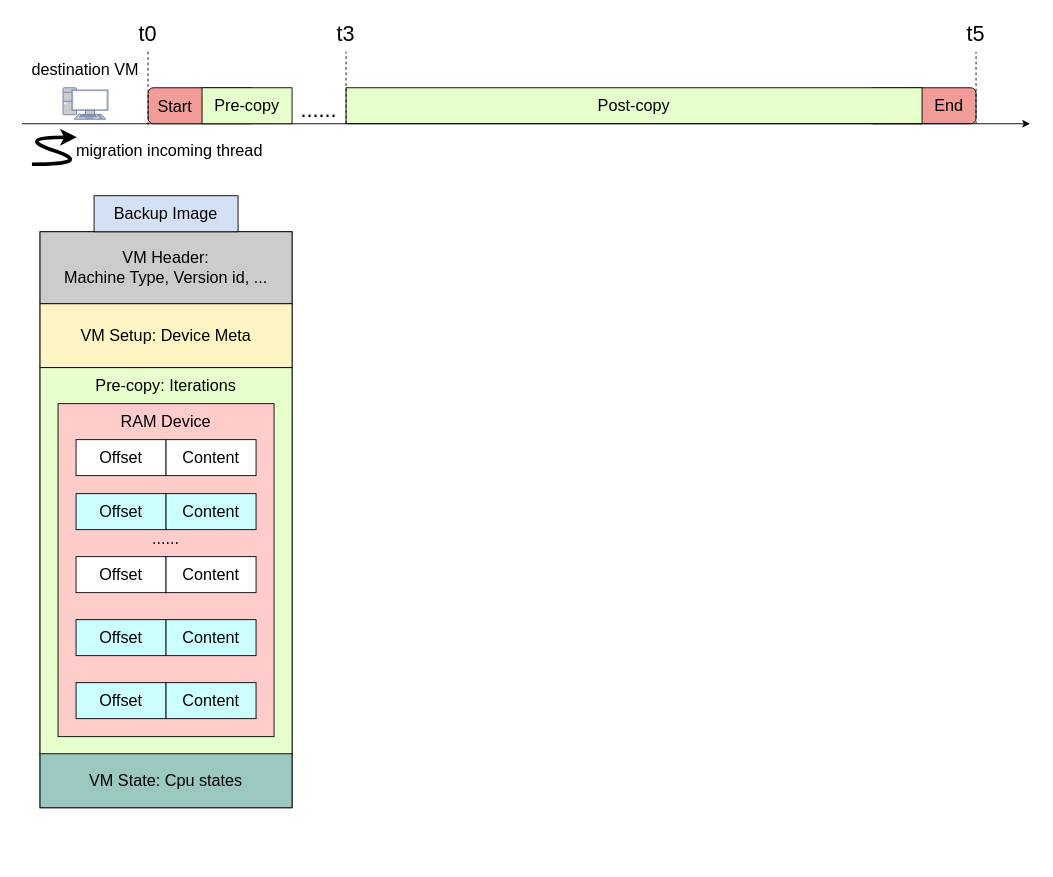
Earlier version of the draw.io diagram qemu-migration/final/backup img + replay 3.drawio (xuyizhe1999/drawio). Source tidied: cells renumbered, new cells numbered last; positions are measured from the earlier drawing's top-left corner, leaving out a move shared by most shapes. Both pictures are drawn from the tidied source at 90%, with x=0, y=0 at pixel (14, 15). Pictures stored in the file or linked from it are replaced by grey dashed boxes.
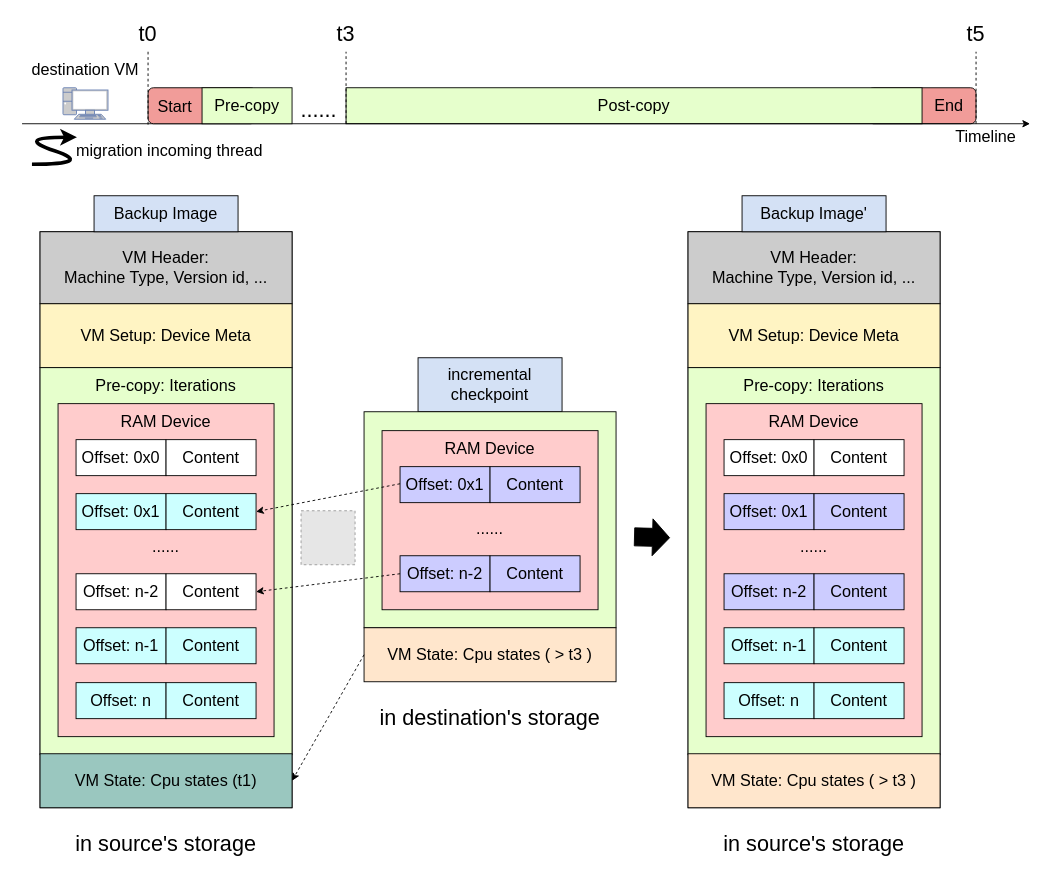
The same page after the edit.

The change refers to these unchanged cells:
```xml
<mxCell id="12" value="&lt;font style=&quot;font-size: 18px;&quot;&gt;Content&lt;/font&gt;" style="rounded=0;whiteSpace=wrap;html=1;fillColor=#CCFFFF;" parent="1" vertex="1">
  <mxGeometry x="169" y="531" width="100" height="40" as="geometry" />
</mxCell>
```

The edit, as a diff of the source:
```diff
@@
-    <mxCell id="8" value="&lt;font style=&quot;font-size: 18px;&quot;&gt;Offset&lt;/font&gt;" style="rounded=0;whiteSpace=wrap;html=1;" parent="1" vertex="1">
+    <mxCell id="8" value="&lt;font style=&quot;font-size: 18px;&quot;&gt;Offset: 0x0&lt;/font&gt;" style="rounded=0;whiteSpace=wrap;html=1;" parent="1" vertex="1">
       <mxGeometry x="69" y="471" width="100" height="40" as="geometry" />
     </mxCell>
@@
-    <mxCell id="11" value="&lt;font style=&quot;font-size: 18px;&quot;&gt;Offset&lt;/font&gt;" style="rounded=0;whiteSpace=wrap;html=1;fillColor=#CCFFFF;" parent="1" vertex="1">
+    <mxCell id="11" value="&lt;font style=&quot;font-size: 18px;&quot;&gt;Offset: 0x1&lt;/font&gt;" style="rounded=0;whiteSpace=wrap;html=1;fillColor=#CCFFFF;" parent="1" vertex="1">
       <mxGeometry x="69" y="531" width="100" height="40" as="geometry" />
     </mxCell>
@@
     <mxCell id="13" value="&lt;font style=&quot;font-size: 18px;&quot;&gt;......&lt;/font&gt;" style="text;html=1;strokeColor=none;fillColor=none;align=center;verticalAlign=middle;whiteSpace=wrap;rounded=0;" parent="1" vertex="1">
-      <mxGeometry x="139" y="571" width="60" height="20" as="geometry" />
+      <mxGeometry x="139" y="580" width="60" height="20" as="geometry" />
     </mxCell>
-    <mxCell id="14" value="&lt;font style=&quot;font-size: 18px;&quot;&gt;Offset&lt;/font&gt;" style="rounded=0;whiteSpace=wrap;html=1;fillColor=#CCFFFF;" parent="1" vertex="1">
+    <mxCell id="14" value="&lt;font style=&quot;font-size: 18px;&quot;&gt;Offset: n&lt;/font&gt;" style="rounded=0;whiteSpace=wrap;html=1;fillColor=#CCFFFF;" parent="1" vertex="1">
       <mxGeometry x="69" y="741" width="100" height="40" as="geometry" />
     </mxCell>
@@
-    <mxCell id="16" value="&lt;font style=&quot;font-size: 18px;&quot;&gt;VM State: Cpu states&lt;/font&gt;" style="rounded=0;whiteSpace=wrap;html=1;fillColor=#9AC7BF;" parent="1" vertex="1">
+    <mxCell id="16" value="&lt;font style=&quot;font-size: 18px;&quot;&gt;VM State: Cpu states (t1)&lt;/font&gt;" style="rounded=0;whiteSpace=wrap;html=1;fillColor=#9AC7BF;" parent="1" vertex="1">
       <mxGeometry x="29" y="820" width="280" height="60" as="geometry" />
     </mxCell>
@@
-    <mxCell id="18" value="&lt;font style=&quot;font-size: 18px;&quot;&gt;Offset&lt;/font&gt;" style="rounded=0;whiteSpace=wrap;html=1;" parent="1" vertex="1">
-      <mxGeometry x="69" y="601" width="100" height="40" as="geometry" />
+    <mxCell id="18" value="&lt;font style=&quot;font-size: 18px;&quot;&gt;Offset: n-2&lt;/font&gt;" style="rounded=0;whiteSpace=wrap;html=1;" parent="1" vertex="1">
+      <mxGeometry x="69" y="620" width="100" height="40" as="geometry" />
     </mxCell>
     <mxCell id="19" value="&lt;font style=&quot;font-size: 18px;&quot;&gt;Content&lt;/font&gt;" style="rounded=0;whiteSpace=wrap;html=1;" parent="1" vertex="1">
-      <mxGeometry x="169" y="601" width="100" height="40" as="geometry" />
+      <mxGeometry x="169" y="620" width="100" height="40" as="geometry" />
     </mxCell>
-    <mxCell id="20" value="&lt;font style=&quot;font-size: 18px;&quot;&gt;Offset&lt;/font&gt;" style="rounded=0;whiteSpace=wrap;html=1;fillColor=#CCFFFF;" parent="1" vertex="1">
-      <mxGeometry x="69" y="671" width="100" height="40" as="geometry" />
+    <mxCell id="20" value="&lt;font style=&quot;font-size: 18px;&quot;&gt;Offset: n-1&lt;/font&gt;" style="rounded=0;whiteSpace=wrap;html=1;fillColor=#CCFFFF;" parent="1" vertex="1">
+      <mxGeometry x="69" y="680" width="100" height="40" as="geometry" />
     </mxCell>
     <mxCell id="21" value="&lt;font style=&quot;font-size: 18px;&quot;&gt;Content&lt;/font&gt;" style="rounded=0;whiteSpace=wrap;html=1;fillColor=#CCFFFF;" parent="1" vertex="1">
-      <mxGeometry x="169" y="671" width="100" height="40" as="geometry" />
+      <mxGeometry x="169" y="680" width="100" height="40" as="geometry" />
     </mxCell>
@@
+    <mxCell id="40" value="Timeline" style="text;html=1;strokeColor=none;fillColor=none;align=center;verticalAlign=middle;whiteSpace=wrap;rounded=0;fontSize=18;" parent="1" vertex="1">
+      <mxGeometry x="1030" y="120" width="100" height="30" as="geometry" />
+    </mxCell>
+    <mxCell id="41" value="incremental checkpoint" style="text;html=1;strokeColor=default;fillColor=#D4E1F5;align=center;verticalAlign=middle;whiteSpace=wrap;rounded=0;fontSize=18;" parent="1" vertex="1">
+      <mxGeometry x="449" y="380" width="160" height="60" as="geometry" />
+    </mxCell>
+    <mxCell id="42" style="rounded=0;whiteSpace=wrap;html=1;fillColor=#E6FFCC;" parent="1" vertex="1">
+      <mxGeometry x="389" y="440" width="280" height="240" as="geometry" />
+    </mxCell>
+    <mxCell id="43" style="rounded=0;whiteSpace=wrap;html=1;fillColor=#FFCCCC;" parent="1" vertex="1">
+      <mxGeometry x="409" y="461" width="240" height="199" as="geometry" />
+    </mxCell>
+    <mxCell id="44" value="&lt;font style=&quot;font-size: 18px;&quot;&gt;RAM Device&lt;/font&gt;" style="text;html=1;strokeColor=none;fillColor=none;align=center;verticalAlign=middle;whiteSpace=wrap;rounded=0;" parent="1" vertex="1">
+      <mxGeometry x="409" y="461" width="240" height="40" as="geometry" />
+    </mxCell>
+    <mxCell id="45" value="&lt;font style=&quot;font-size: 18px;&quot;&gt;VM State: Cpu states ( &amp;gt; t3 )&lt;/font&gt;" style="rounded=0;whiteSpace=wrap;html=1;fillColor=#FFE6CC;" parent="1" vertex="1">
+      <mxGeometry x="389" y="680" width="280" height="60" as="geometry" />
+    </mxCell>
+    <mxCell id="46" value="&lt;font style=&quot;font-size: 18px;&quot;&gt;Offset: 0x1&lt;/font&gt;" style="rounded=0;whiteSpace=wrap;html=1;fillColor=#CCCCFF;" parent="1" vertex="1">
+      <mxGeometry x="429" y="501" width="100" height="40" as="geometry" />
+    </mxCell>
+    <mxCell id="47" value="&lt;font style=&quot;font-size: 18px;&quot;&gt;Content&lt;/font&gt;" style="rounded=0;whiteSpace=wrap;html=1;fillColor=#CCCCFF;" parent="1" vertex="1">
+      <mxGeometry x="529" y="501" width="100" height="40" as="geometry" />
+    </mxCell>
+    <mxCell id="48" value="&lt;font style=&quot;font-size: 18px;&quot;&gt;......&lt;/font&gt;" style="text;html=1;strokeColor=none;fillColor=none;align=center;verticalAlign=middle;whiteSpace=wrap;rounded=0;" parent="1" vertex="1">
+      <mxGeometry x="499" y="560" width="60" height="20" as="geometry" />
+    </mxCell>
+    <mxCell id="49" value="&lt;font style=&quot;font-size: 18px;&quot;&gt;Offset: n-2&lt;/font&gt;" style="rounded=0;whiteSpace=wrap;html=1;fillColor=#CCCCFF;" parent="1" vertex="1">
+      <mxGeometry x="429" y="600" width="100" height="40" as="geometry" />
+    </mxCell>
+    <mxCell id="50" value="&lt;font style=&quot;font-size: 18px;&quot;&gt;Content&lt;/font&gt;" style="rounded=0;whiteSpace=wrap;html=1;fillColor=#CCCCFF;" parent="1" vertex="1">
+      <mxGeometry x="529" y="600" width="100" height="40" as="geometry" />
+    </mxCell>
+    <mxCell id="51" value="&lt;font style=&quot;font-size: 24px;&quot;&gt;in source's storage&lt;/font&gt;" style="text;html=1;strokeColor=none;fillColor=none;align=center;verticalAlign=middle;whiteSpace=wrap;rounded=0;" parent="1" vertex="1">
+      <mxGeometry x="49" y="900" width="240" height="40" as="geometry" />
+    </mxCell>
+    <mxCell id="52" style="fillColor=#E6E6E6;strokeColor=#999999;dashed=1;html=1;verticalAlign=top;verticalLabelPosition=bottom;labelBackgroundColor=#ffffff;" parent="1" vertex="1">
+      <mxGeometry x="319" y="550" width="60" height="60" as="geometry" />
+    </mxCell>
+    <mxCell id="53" value="&lt;font style=&quot;font-size: 24px;&quot;&gt;in destination's storage&lt;/font&gt;" style="text;html=1;strokeColor=none;fillColor=none;align=center;verticalAlign=middle;whiteSpace=wrap;rounded=0;" parent="1" vertex="1">
+      <mxGeometry x="389" y="761" width="280" height="40" as="geometry" />
+    </mxCell>
+    <mxCell id="54" style="rounded=0;whiteSpace=wrap;html=1;" parent="1" vertex="1">
+      <mxGeometry x="749" y="240" width="280" height="640" as="geometry" />
+    </mxCell>
+    <mxCell id="55" value="&lt;font style=&quot;font-size: 18px;&quot;&gt;VM Header:&lt;br&gt;Machine Type, Version id, ...&lt;/font&gt;" style="rounded=0;whiteSpace=wrap;html=1;fillColor=#CCCCCC;" parent="1" vertex="1">
+      <mxGeometry x="749" y="240" width="280" height="80" as="geometry" />
+    </mxCell>
+    <mxCell id="56" value="&lt;font style=&quot;font-size: 18px;&quot;&gt;VM Setup: Device Meta&lt;br&gt;&lt;/font&gt;" style="rounded=0;whiteSpace=wrap;html=1;fillColor=#FFF4C3;" parent="1" vertex="1">
+      <mxGeometry x="749" y="320" width="280" height="71" as="geometry" />
+    </mxCell>
+    <mxCell id="57" style="rounded=0;whiteSpace=wrap;html=1;fillColor=#E6FFCC;" parent="1" vertex="1">
+      <mxGeometry x="749" y="391" width="280" height="430" as="geometry" />
+    </mxCell>
+    <mxCell id="58" value="&lt;font style=&quot;font-size: 18px;&quot;&gt;Pre-copy: Iterations&lt;/font&gt;" style="text;html=1;strokeColor=none;fillColor=none;align=center;verticalAlign=middle;whiteSpace=wrap;rounded=0;" parent="1" vertex="1">
+      <mxGeometry x="749" y="391" width="280" height="40" as="geometry" />
+    </mxCell>
+    <mxCell id="59" style="rounded=0;whiteSpace=wrap;html=1;fillColor=#FFCCCC;" parent="1" vertex="1">
+      <mxGeometry x="769" y="431" width="240" height="370" as="geometry" />
+    </mxCell>
+    <mxCell id="60" value="&lt;font style=&quot;font-size: 18px;&quot;&gt;Offset: 0x0&lt;/font&gt;" style="rounded=0;whiteSpace=wrap;html=1;" parent="1" vertex="1">
+      <mxGeometry x="789" y="471" width="100" height="40" as="geometry" />
+    </mxCell>
+    <mxCell id="61" value="&lt;font style=&quot;font-size: 18px;&quot;&gt;Content&lt;/font&gt;" style="rounded=0;whiteSpace=wrap;html=1;" parent="1" vertex="1">
+      <mxGeometry x="889" y="471" width="100" height="40" as="geometry" />
+    </mxCell>
+    <mxCell id="62" value="&lt;font style=&quot;font-size: 18px;&quot;&gt;RAM Device&lt;/font&gt;" style="text;html=1;strokeColor=none;fillColor=none;align=center;verticalAlign=middle;whiteSpace=wrap;rounded=0;" parent="1" vertex="1">
+      <mxGeometry x="769" y="431" width="240" height="40" as="geometry" />
+    </mxCell>
+    <mxCell id="63" value="&lt;font style=&quot;font-size: 18px;&quot;&gt;Offset: 0x1&lt;/font&gt;" style="rounded=0;whiteSpace=wrap;html=1;fillColor=#CCCCFF;" parent="1" vertex="1">
+      <mxGeometry x="789" y="531" width="100" height="40" as="geometry" />
+    </mxCell>
+    <mxCell id="64" value="&lt;font style=&quot;font-size: 18px;&quot;&gt;Content&lt;/font&gt;" style="rounded=0;whiteSpace=wrap;html=1;fillColor=#CCCCFF;" parent="1" vertex="1">
+      <mxGeometry x="889" y="531" width="100" height="40" as="geometry" />
+    </mxCell>
+    <mxCell id="65" value="&lt;font style=&quot;font-size: 18px;&quot;&gt;......&lt;/font&gt;" style="text;html=1;strokeColor=none;fillColor=none;align=center;verticalAlign=middle;whiteSpace=wrap;rounded=0;" parent="1" vertex="1">
+      <mxGeometry x="859" y="580" width="60" height="20" as="geometry" />
+    </mxCell>
+    <mxCell id="66" value="&lt;font style=&quot;font-size: 18px;&quot;&gt;Offset: n&lt;/font&gt;" style="rounded=0;whiteSpace=wrap;html=1;fillColor=#CCFFFF;" parent="1" vertex="1">
+      <mxGeometry x="789" y="741" width="100" height="40" as="geometry" />
+    </mxCell>
+    <mxCell id="67" value="&lt;font style=&quot;font-size: 18px;&quot;&gt;Content&lt;/font&gt;" style="rounded=0;whiteSpace=wrap;html=1;fillColor=#CCFFFF;" parent="1" vertex="1">
+      <mxGeometry x="889" y="741" width="100" height="40" as="geometry" />
+    </mxCell>
+    <mxCell id="68" value="&lt;font style=&quot;font-size: 18px;&quot;&gt;VM State: Cpu states ( &amp;gt; t3 )&lt;/font&gt;" style="rounded=0;whiteSpace=wrap;html=1;fillColor=#FFE6CC;" parent="1" vertex="1">
+      <mxGeometry x="749" y="820" width="280" height="60" as="geometry" />
+    </mxCell>
+    <mxCell id="69" value="Backup Image'" style="text;html=1;strokeColor=default;fillColor=#D4E1F5;align=center;verticalAlign=middle;whiteSpace=wrap;rounded=0;fontSize=18;" parent="1" vertex="1">
+      <mxGeometry x="809" y="200" width="160" height="40" as="geometry" />
+    </mxCell>
+    <mxCell id="70" value="&lt;font style=&quot;font-size: 18px;&quot;&gt;Offset: n-2&lt;/font&gt;" style="rounded=0;whiteSpace=wrap;html=1;fillColor=#CCCCFF;" parent="1" vertex="1">
+      <mxGeometry x="789" y="620" width="100" height="40" as="geometry" />
+    </mxCell>
+    <mxCell id="71" value="&lt;font style=&quot;font-size: 18px;&quot;&gt;Content&lt;/font&gt;" style="rounded=0;whiteSpace=wrap;html=1;fillColor=#CCCCFF;" parent="1" vertex="1">
+      <mxGeometry x="889" y="620" width="100" height="40" as="geometry" />
+    </mxCell>
+    <mxCell id="72" value="&lt;font style=&quot;font-size: 18px;&quot;&gt;Offset: n-1&lt;/font&gt;" style="rounded=0;whiteSpace=wrap;html=1;fillColor=#CCFFFF;" parent="1" vertex="1">
+      <mxGeometry x="789" y="680" width="100" height="40" as="geometry" />
+    </mxCell>
+    <mxCell id="73" value="&lt;font style=&quot;font-size: 18px;&quot;&gt;Content&lt;/font&gt;" style="rounded=0;whiteSpace=wrap;html=1;fillColor=#CCFFFF;" parent="1" vertex="1">
+      <mxGeometry x="889" y="680" width="100" height="40" as="geometry" />
+    </mxCell>
+    <mxCell id="74" value="&lt;font style=&quot;font-size: 24px;&quot;&gt;in source's storage&lt;/font&gt;" style="text;html=1;strokeColor=none;fillColor=none;align=center;verticalAlign=middle;whiteSpace=wrap;rounded=0;" parent="1" vertex="1">
+      <mxGeometry x="769" y="900" width="240" height="40" as="geometry" />
+    </mxCell>
+    <mxCell id="75" style="shape=flexArrow;endArrow=classic;html=1;rounded=0;width=20;fillColor=#000000;" parent="1" edge="1">
+      <mxGeometry relative="1" as="geometry">
+        <mxPoint x="689" y="579" as="sourcePoint" />
+        <mxPoint x="729" y="580" as="targetPoint" />
+      </mxGeometry>
+    </mxCell>
+    <mxCell id="76" style="endArrow=classic;html=1;rounded=0;entryX=1;entryY=0.5;entryDx=0;entryDy=0;dashed=1;" parent="1" edge="1" target="12">
+      <mxGeometry relative="1" as="geometry">
+        <mxPoint x="429" y="520" as="sourcePoint" />
+      </mxGeometry>
+    </mxCell>
+    <mxCell id="77" style="endArrow=classic;html=1;rounded=0;entryX=1;entryY=0.5;entryDx=0;entryDy=0;dashed=1;" parent="1" edge="1" target="19">
+      <mxGeometry relative="1" as="geometry">
+        <mxPoint x="429" y="620" as="sourcePoint" />
+      </mxGeometry>
+    </mxCell>
+    <mxCell id="78" style="endArrow=classic;html=1;rounded=0;entryX=1;entryY=0.5;entryDx=0;entryDy=0;dashed=1;" parent="1" edge="1" target="16">
+      <mxGeometry relative="1" as="geometry">
+        <mxPoint x="389" y="710" as="sourcePoint" />
+      </mxGeometry>
+    </mxCell>
```
